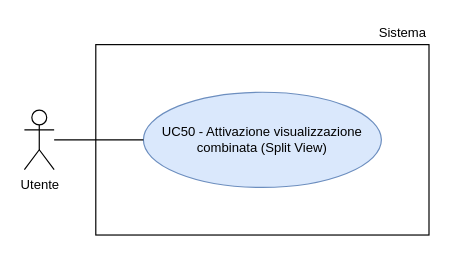
thebitless-group-swe/thebitless.github.io keeps this draw.io diagram as RTB/doc_esterna/analisi-dei-requisiti/assets/draw.io/UC50.drawio. Above is the earlier version. Source tidied: cells renumbered, new cells numbered last; positions are measured from the earlier drawing's top-left corner, leaving out a move shared by most shapes. Both pictures are drawn from the tidied source at 119%, with x=0, y=0 at pixel (24, 20).
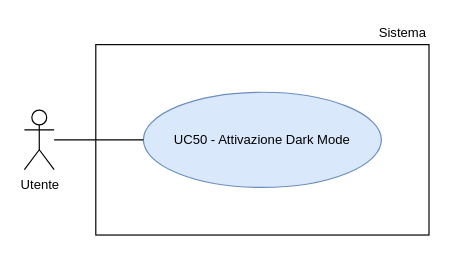
The same page after the edit.

Change to the diagram source:
```diff
@@
 <mxGraphModel>
   <root>
     <mxCell id="0" />
     <mxCell id="1" parent="0" />
     <mxCell id="2" value="Utente" style="shape=umlActor;verticalLabelPosition=bottom;verticalAlign=top;html=1;outlineConnect=0;fontSize=11;" parent="1" vertex="1">
       <mxGeometry y="75" width="25" height="50" as="geometry" />
     </mxCell>
     <mxCell id="3" style="rounded=0;whiteSpace=wrap;html=1;strokeWidth=1;" parent="1" vertex="1">
       <mxGeometry x="60" y="20" width="280" height="160" as="geometry" />
     </mxCell>
     <mxCell id="4" value="Sistema" style="text;html=1;whiteSpace=wrap;strokeColor=none;fillColor=none;align=right;verticalAlign=middle;fontSize=11;" parent="1" vertex="1">
       <mxGeometry x="270" width="70" height="20" as="geometry" />
     </mxCell>
-    <mxCell id="5" value="UC50 - Attivazione visualizzazione combinata (Split View)" style="ellipse;whiteSpace=wrap;html=1;fillColor=#dae8fc;strokeColor=#6c8ebf;fontSize=11;" parent="1" vertex="1">
+    <mxCell id="5" value="UC50 - Attivazione Dark Mode" style="ellipse;whiteSpace=wrap;html=1;fillColor=#dae8fc;strokeColor=#6c8ebf;fontSize=11;" parent="1" vertex="1">
       <mxGeometry x="100" y="60" width="200" height="80" as="geometry" />
     </mxCell>
     <mxCell id="6" style="edgeStyle=none;rounded=0;jettySize=auto;html=1;endArrow=none;endFill=0;" parent="1" edge="1" source="2" target="5">
       <mxGeometry relative="1" as="geometry" />
     </mxCell>
   </root>
 </mxGraphModel>
```
